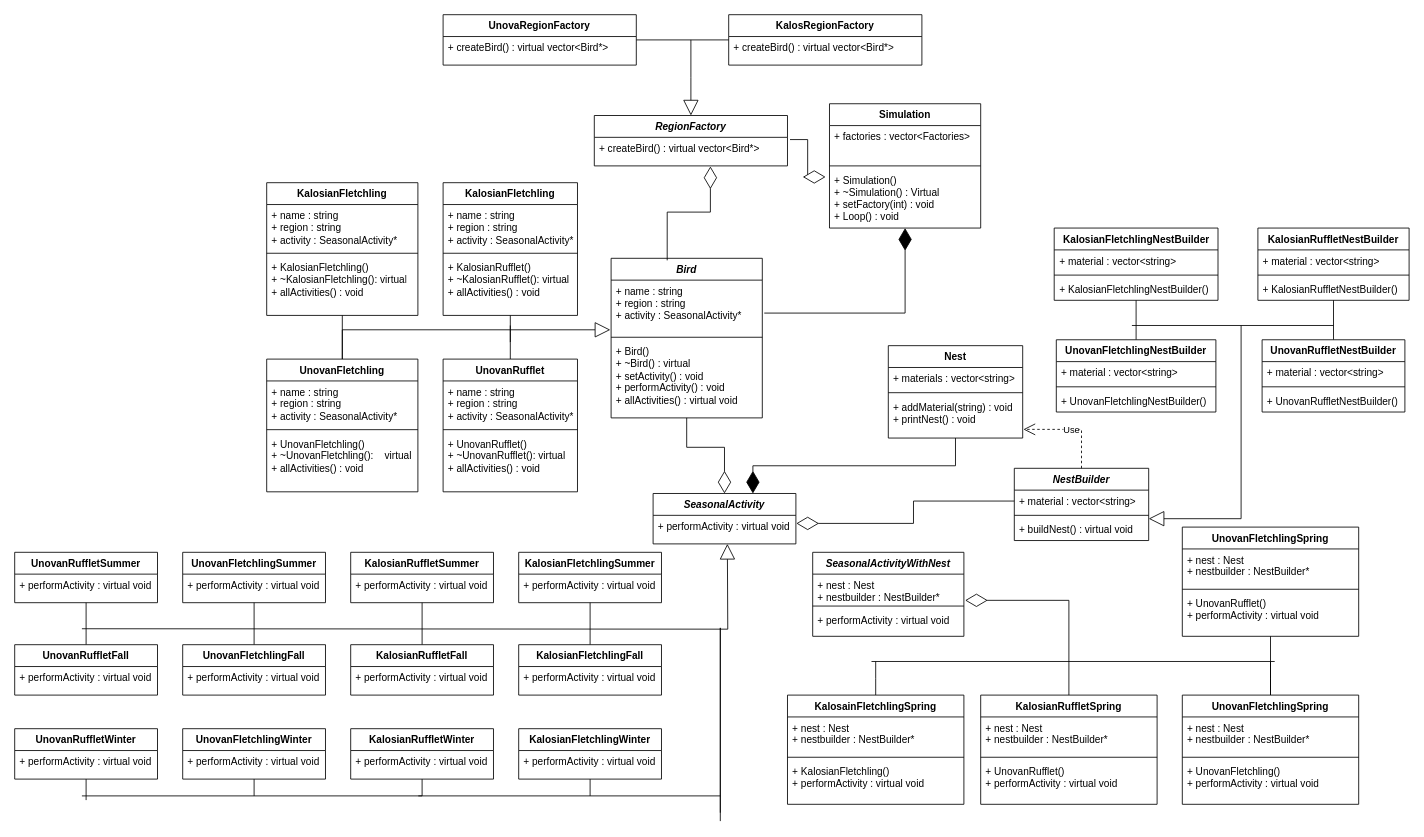
Colbeigh/BirdSimulator keeps this draw.io diagram as docs/design/BirdSimulator UML.drawio. Above is the earlier version. Source tidied: cells renumbered, new cells numbered last; positions are measured from the earlier drawing's top-left corner, leaving out a move shared by most shapes. Both pictures are drawn from the tidied source at 84%, with x=0, y=0 at pixel (14, 14).
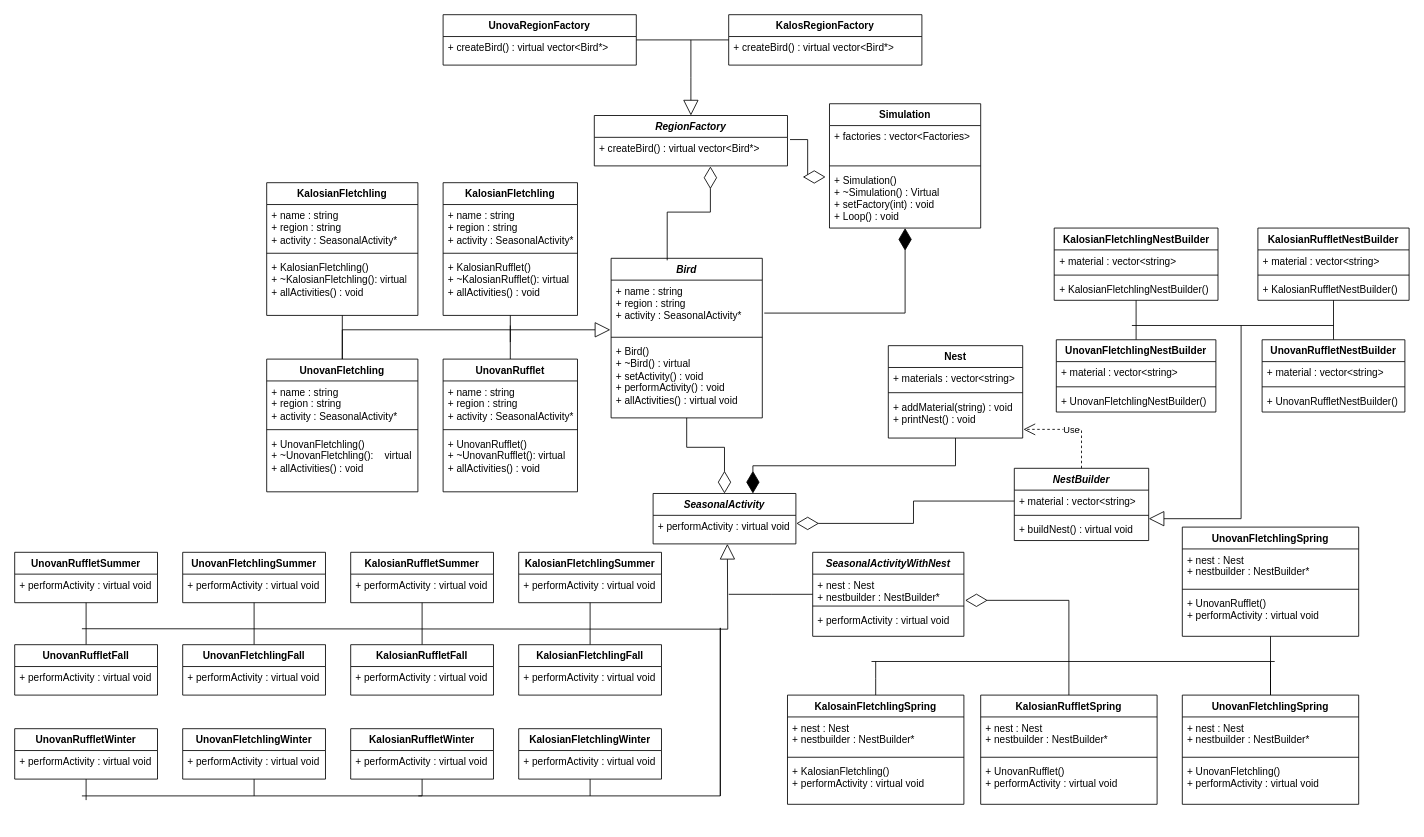
The same diagram, later.

Commit message (it also covers changes not shown here):
fixed issues with uml design

The change refers to these unchanged cells:
```xml
<mxCell id="41" value="&lt;i&gt;SeasonalActivityWithNest&lt;/i&gt;" style="swimlane;fontStyle=1;align=center;verticalAlign=top;horizontal=1;startSize=26;whiteSpace=wrap;html=1;" parent="1" vertex="1">
  <mxGeometry x="950" y="640" width="180" height="100" as="geometry" />
</mxCell>
```

Diff of the diagram source:
```diff
@@
+    <mxCell id="137" style="edgeStyle=orthogonalEdgeStyle;rounded=0;jettySize=auto;html=1;endArrow=none;endFill=0;" parent="1" edge="1" source="41">
+      <mxGeometry relative="1" as="geometry">
+        <mxPoint x="850" y="690" as="targetPoint" />
+      </mxGeometry>
+    </mxCell>
@@
     <mxCell id="98" style="endArrow=none;html=1;rounded=0;" parent="1" edge="1">
       <mxGeometry relative="1" as="geometry">
-        <mxPoint x="840" y="960" as="sourcePoint" />
+        <mxPoint x="840" y="930" as="sourcePoint" />
         <mxPoint x="840" y="730" as="targetPoint" />
       </mxGeometry>
     </mxCell>
     <mxCell id="99" style="endArrow=none;html=1;rounded=0;strokeWidth=1;" parent="1" edge="1">
       <mxGeometry relative="1" as="geometry">
-        <mxPoint x="840" y="950" as="sourcePoint" />
+        <mxPoint x="840" y="930" as="sourcePoint" />
         <mxPoint x="840" y="730" as="targetPoint" />
       </mxGeometry>
     </mxCell>
```
